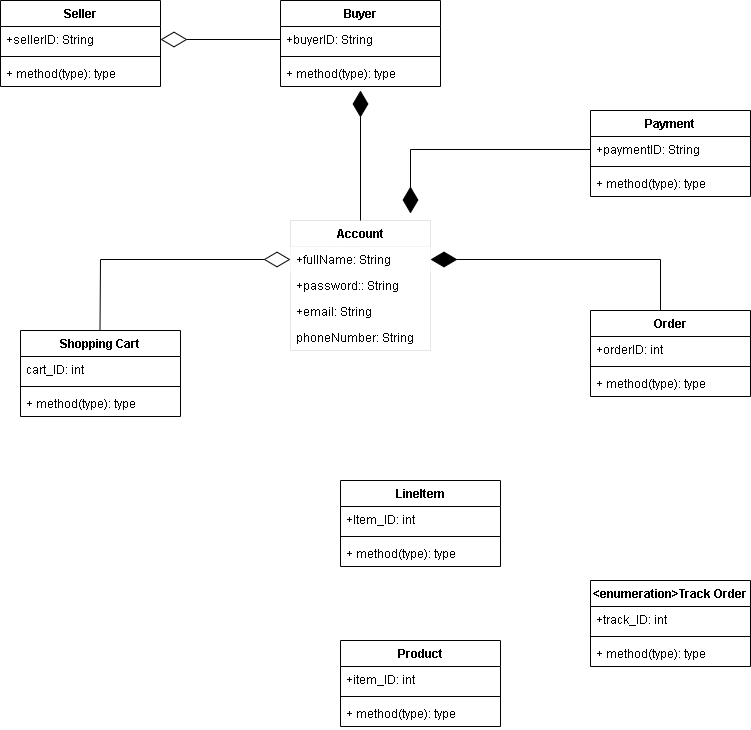
Earlier version of the draw.io export givealittle/UML diagramls/Logical View/classDiagram.png (tiisetsohub/GiveALittle). Source tidied: cells renumbered, new cells last; positions are measured from the earlier drawing's top-left corner, leaving out a move shared by most shapes.
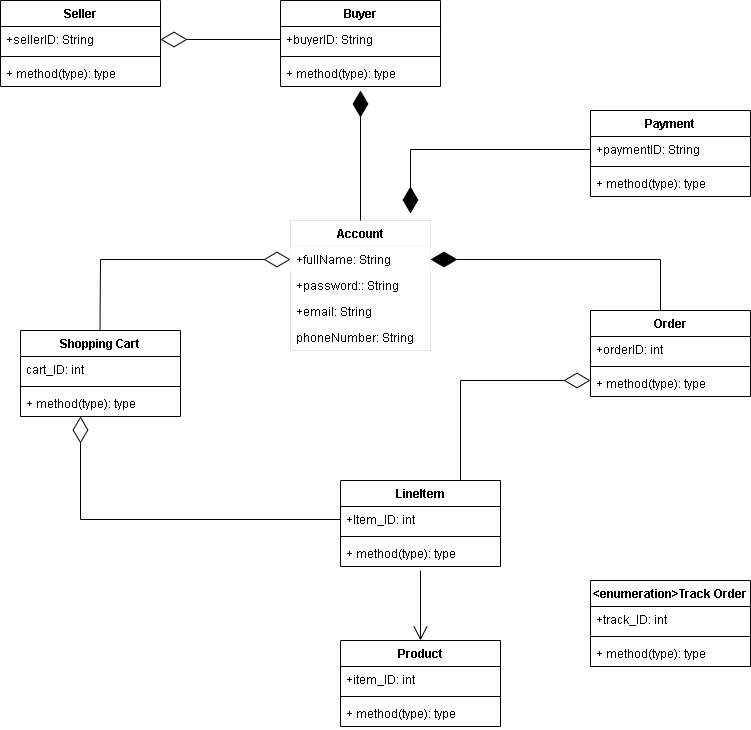
After the change.

Change to the diagram source:
```diff
@@ -146,5 +146,24 @@
     <mxCell id="43" value="phoneNumber: String" style="text;strokeColor=none;fillColor=none;align=left;verticalAlign=top;spacingLeft=4;spacingRight=4;overflow=hidden;fontColor=default;" parent="39" vertex="1">
       <mxGeometry y="104" width="140" height="26" as="geometry" />
     </mxCell>
+    <mxCell id="44" style="endArrow=diamondThin;endFill=0;endSize=24;html=1;rounded=0;exitX=0;exitY=0.5;exitDx=0;exitDy=0;edgeStyle=elbowEdgeStyle;" parent="1" edge="1" source="15" target="21">
+      <mxGeometry relative="1" as="geometry">
+        <Array as="points">
+          <mxPoint x="80" y="500" />
+          <mxPoint x="70.5" y="520" />
+        </Array>
+      </mxGeometry>
+    </mxCell>
+    <mxCell id="45" style="endArrow=diamondThin;endFill=0;endSize=24;html=1;rounded=0;exitX=0.75;exitY=0;exitDx=0;exitDy=0;edgeStyle=elbowEdgeStyle;entryX=0;entryY=0.5;entryDx=0;entryDy=0;" parent="1" edge="1" source="14">
+      <mxGeometry relative="1" as="geometry">
+        <mxPoint x="590" y="380" as="targetPoint" />
+        <Array as="points">
+          <mxPoint x="460" y="430" />
+        </Array>
+      </mxGeometry>
+    </mxCell>
+    <mxCell id="46" style="endArrow=open;endFill=1;endSize=12;html=1;rounded=0;entryX=0.5;entryY=0;entryDx=0;entryDy=0;exitX=0.5;exitY=1.154;exitDx=0;exitDy=0;exitPerimeter=0;" parent="1" edge="1" source="17" target="22">
+      <mxGeometry relative="1" as="geometry" />
+    </mxCell>
   </root>
 </mxGraphModel>
```
